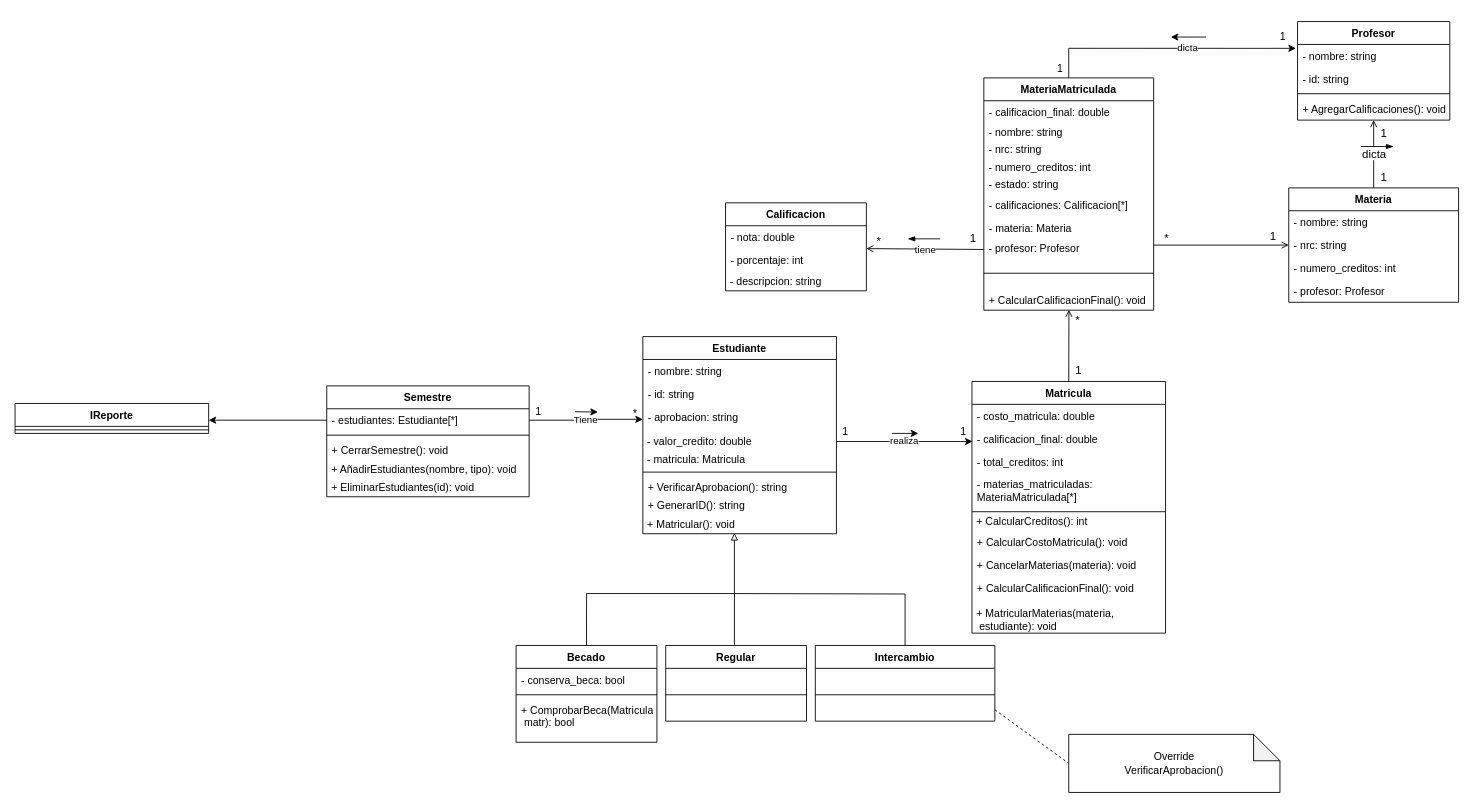
The draw.io diagram Diagrama UML Proyecto.drawio in samuelperezh/sistema-universitario-poo, before the edit. Source tidied: cells renumbered, new cells numbered last; positions are measured from the earlier drawing's top-left corner, leaving out a move shared by most shapes. Both pictures are drawn from the tidied source at 88%, with x=0, y=0 at pixel (15, 21).
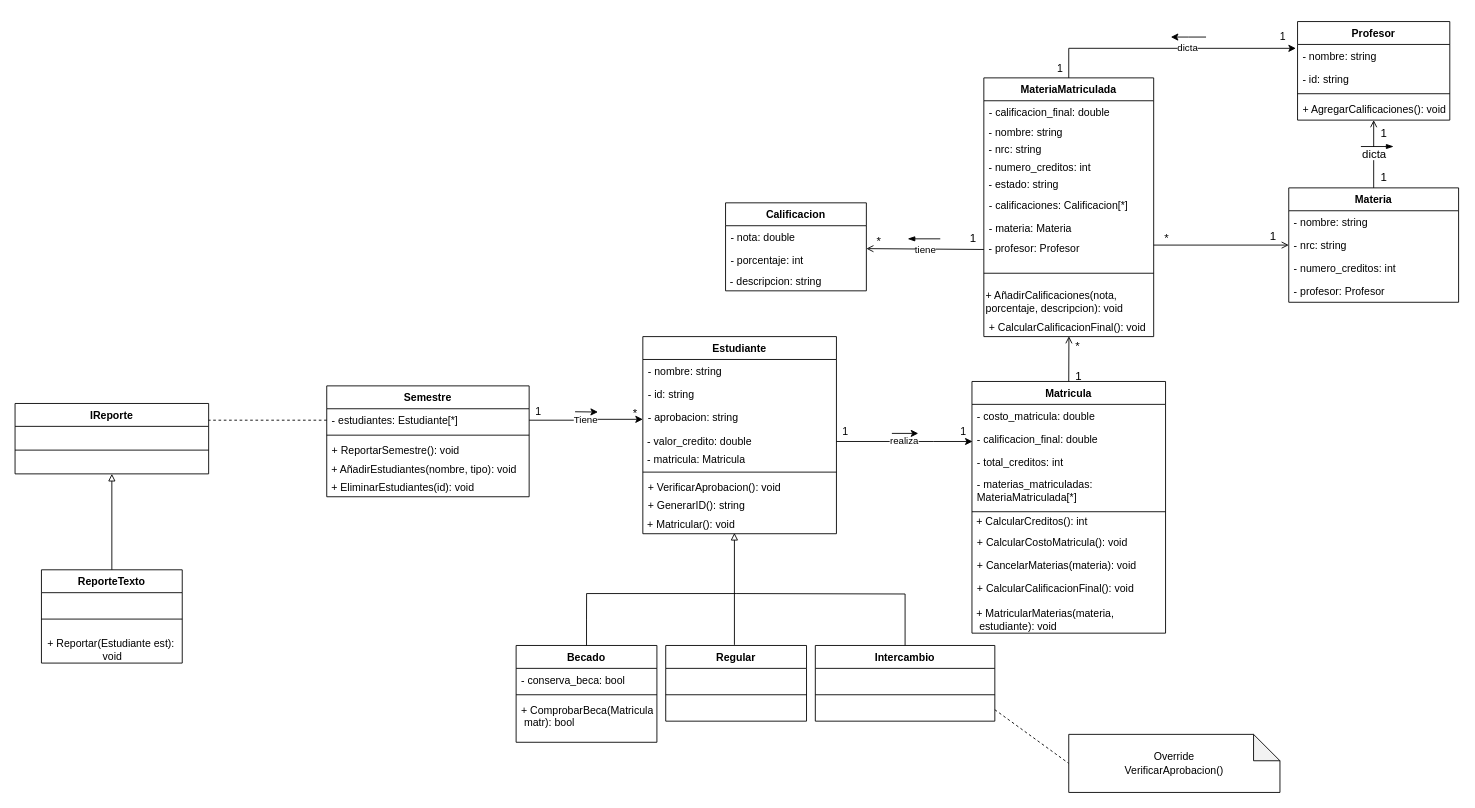
The same diagram, later.

The change refers to these unchanged cells:
```xml
<mxCell id="2" style="rounded=0;jettySize=auto;html=1;exitX=0.5;exitY=0;exitDx=0;exitDy=0;entryX=0.501;entryY=0.982;entryDx=0;entryDy=0;entryPerimeter=0;endArrow=open;endFill=0;" parent="1" edge="1" source="5" target="100">
  <mxGeometry relative="1" as="geometry" />
</mxCell>
<mxCell id="16" value="Estudiante" style="swimlane;fontStyle=1;align=center;verticalAlign=top;horizontal=1;startSize=26;fillColor=none;" parent="1" vertex="1">
  <mxGeometry x="713" y="358" width="220" height="224" as="geometry" />
</mxCell>
<mxCell id="73" value="Semestre" style="swimlane;fontStyle=1;align=center;verticalAlign=top;horizontal=1;startSize=26;fillColor=none;" parent="1" vertex="1">
  <mxGeometry x="353.8" y="414" width="230" height="126" as="geometry" />
</mxCell>
<mxCell id="74" value="- estudiantes: Estudiante[*]" style="text;strokeColor=none;fillColor=none;align=left;verticalAlign=top;spacingLeft=4;spacingRight=4;overflow=hidden;points=[[0,0.5],[1,0.5]];portConstraint=eastwest;" parent="73" vertex="1">
  <mxGeometry y="26" width="230" height="26" as="geometry" />
</mxCell>
```

What changed in the source:
```diff
@@
     <mxCell id="4" value="*" style="edgeLabel;html=1;align=center;verticalAlign=middle;fontSize=13;labelBackgroundColor=none;" parent="2" vertex="1">
       <mxGeometry x="0.59" y="-1" relative="1" as="geometry">
-        <mxPoint x="8" y="-6" as="offset" />
+        <mxPoint x="8" as="offset" />
       </mxGeometry>
     </mxCell>
@@
-    <mxCell id="23" value="+ VerificarAprobacion(): string" style="text;strokeColor=none;fillColor=none;align=left;verticalAlign=top;spacingLeft=4;spacingRight=4;overflow=hidden;" parent="16" vertex="1">
+    <mxCell id="23" value="+ VerificarAprobacion(): void" style="text;strokeColor=none;fillColor=none;align=left;verticalAlign=top;spacingLeft=4;spacingRight=4;overflow=hidden;" parent="16" vertex="1">
       <mxGeometry y="158" width="220" height="20" as="geometry" />
     </mxCell>
@@
-    <mxCell id="76" value="+ CerrarSemestre(): void" style="text;strokeColor=none;fillColor=none;align=left;verticalAlign=top;spacingLeft=4;spacingRight=4;overflow=hidden;" parent="73" vertex="1">
+    <mxCell id="76" value="+ ReportarSemestre(): void" style="text;strokeColor=none;fillColor=none;align=left;verticalAlign=top;spacingLeft=4;spacingRight=4;overflow=hidden;" parent="73" vertex="1">
       <mxGeometry y="60" width="230" height="26" as="geometry" />
     </mxCell>
@@
     <mxCell id="82" value="IReporte" style="swimlane;fontStyle=1;align=center;verticalAlign=top;horizontal=1;startSize=26;fillColor=none;" parent="1" vertex="1">
-      <mxGeometry x="-0.4" y="434" width="220" height="34" as="geometry" />
+      <mxGeometry x="-0.4" y="434" width="220" height="80" as="geometry" />
     </mxCell>
     <mxCell id="83" style="line;strokeWidth=1;fillColor=none;align=left;verticalAlign=middle;spacingTop=-1;spacingLeft=3;spacingRight=3;labelPosition=right;" parent="82" vertex="1">
-      <mxGeometry y="26" width="220" height="8" as="geometry" />
+      <mxGeometry y="26" width="220" height="54" as="geometry" />
     </mxCell>
-    <mxCell id="84" style="edgeStyle=orthogonalEdgeStyle;rounded=0;jettySize=auto;html=1;entryX=1;entryY=0.5;entryDx=0;entryDy=0;" parent="1" edge="1" source="74">
+    <mxCell id="84" style="edgeStyle=orthogonalEdgeStyle;rounded=0;jettySize=auto;html=1;entryX=1;entryY=0.5;entryDx=0;entryDy=0;dashed=1;endArrow=none;endFill=0;" parent="1" edge="1" source="74">
       <mxGeometry relative="1" as="geometry">
         <mxPoint x="219.6" y="453" as="targetPoint" />
       </mxGeometry>
     </mxCell>
@@
     <mxCell id="90" value="MateriaMatriculada" style="swimlane;fontStyle=1;align=center;verticalAlign=top;horizontal=1;startSize=26;fillColor=none;" parent="1" vertex="1">
-      <mxGeometry x="1100.5" y="64" width="193" height="264" as="geometry" />
+      <mxGeometry x="1100.5" y="64" width="193" height="294" as="geometry" />
     </mxCell>
@@
+    <mxCell id="105" value="+ AñadirCalificaciones(nota, &lt;br&gt;porcentaje, descripcion): void" style="text;html=1;align=left;verticalAlign=middle;strokeColor=none;fillColor=none;" parent="90" vertex="1">
+      <mxGeometry y="240" width="193" height="30" as="geometry" />
+    </mxCell>
     <mxCell id="100" value="+ CalcularCalificacionFinal(): void" style="text;strokeColor=none;fillColor=none;align=left;verticalAlign=top;spacingLeft=4;spacingRight=4;overflow=hidden;points=[[0,0.5],[1,0.5]];portConstraint=eastwest;" parent="90" vertex="1">
-      <mxGeometry y="240" width="193" height="24" as="geometry" />
+      <mxGeometry y="270" width="193" height="24" as="geometry" />
     </mxCell>
@@
+    <mxCell id="106" style="edgeStyle=orthogonalEdgeStyle;rounded=0;jettySize=auto;html=1;endArrow=block;endFill=0;entryX=0.5;entryY=1;entryDx=0;entryDy=0;" parent="1" edge="1" source="107" target="82">
+      <mxGeometry relative="1" as="geometry" />
+    </mxCell>
+    <mxCell id="107" value="ReporteTexto" style="swimlane;fontStyle=1;align=center;verticalAlign=top;horizontal=1;startSize=26;fillColor=none;" parent="1" vertex="1">
+      <mxGeometry x="29.6" y="623" width="160" height="106" as="geometry" />
+    </mxCell>
+    <mxCell id="108" value=" " style="text;strokeColor=none;fillColor=none;align=left;verticalAlign=top;spacingLeft=4;spacingRight=4;overflow=hidden;" parent="107" vertex="1">
+      <mxGeometry y="26" width="160" height="26" as="geometry" />
+    </mxCell>
+    <mxCell id="109" style="line;strokeWidth=1;fillColor=none;align=left;verticalAlign=middle;spacingTop=-1;spacingLeft=3;spacingRight=3;labelPosition=right;" parent="107" vertex="1">
+      <mxGeometry y="52" width="160" height="8" as="geometry" />
+    </mxCell>
+    <mxCell id="110" value=" " style="text;strokeColor=none;fillColor=none;align=left;verticalAlign=top;spacingLeft=4;spacingRight=4;overflow=hidden;" parent="107" vertex="1">
+      <mxGeometry y="60" width="160" height="16" as="geometry" />
+    </mxCell>
+    <mxCell id="111" value="+ Reportar(Estudiante est):&amp;nbsp;&lt;br&gt;void" style="text;html=1;align=center;verticalAlign=middle;strokeColor=none;fillColor=none;" parent="107" vertex="1">
+      <mxGeometry y="76" width="160" height="30" as="geometry" />
+    </mxCell>
```
